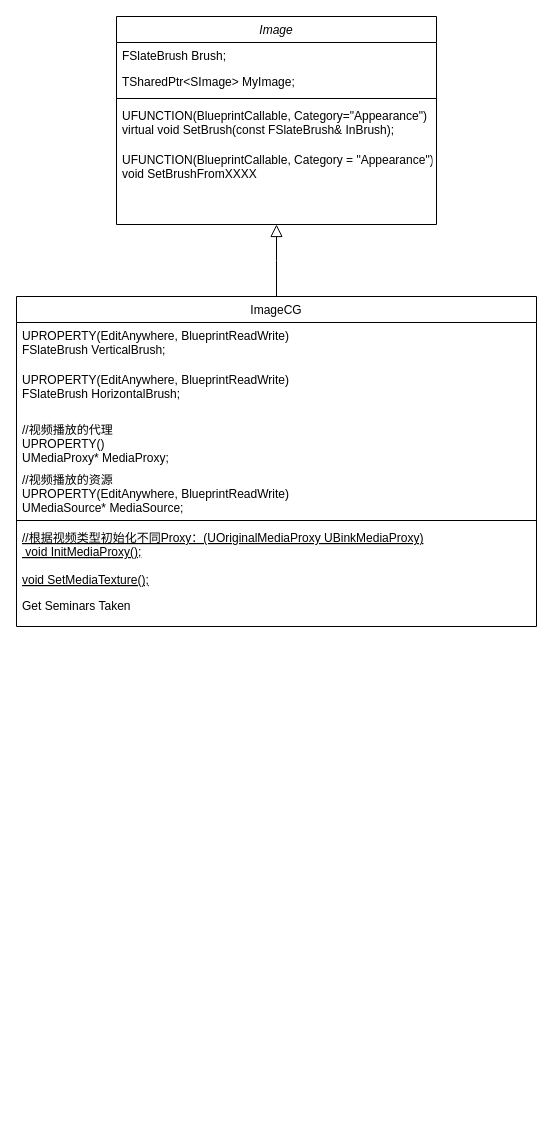
LuciusJay/DiagramDrawIO keeps this draw.io diagram as 未命名绘图.drawio. Above is the earlier version. Source tidied: cells renumbered, new cells numbered last; positions are measured from the earlier drawing's top-left corner, leaving out a move shared by most shapes. Both pictures are drawn from the tidied source at 100%, with x=0, y=0 at pixel (16, 16).
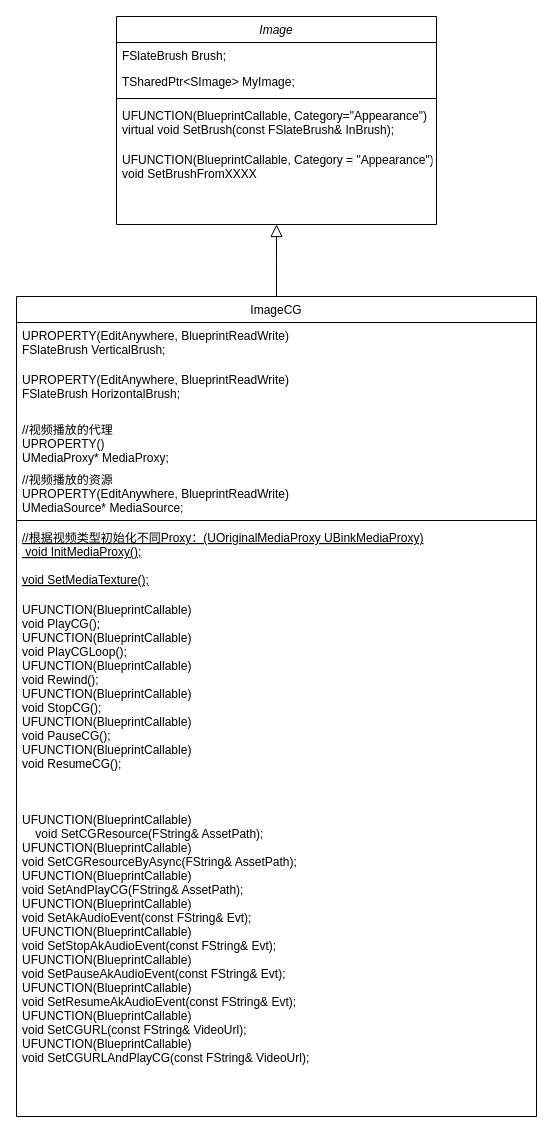
The same diagram, later.

The edit, as a diff of the source:
```diff
@@
 <mxGraphModel>
   <root>
     <mxCell id="0" />
     <mxCell id="1" parent="0" />
     <mxCell id="2" value="Image" style="swimlane;fontStyle=2;align=center;verticalAlign=top;horizontal=1;startSize=26;rounded=0;shadow=0;strokeWidth=1;" parent="1" vertex="1">
       <mxGeometry x="100" width="320" height="208" as="geometry" />
     </mxCell>
     <mxCell id="3" value="FSlateBrush Brush;" style="text;align=left;verticalAlign=top;spacingLeft=4;spacingRight=4;overflow=hidden;" parent="2" vertex="1">
       <mxGeometry y="26" width="320" height="26" as="geometry" />
     </mxCell>
     <mxCell id="4" value="TSharedPtr&lt;SImage&gt; MyImage;" style="text;align=left;verticalAlign=top;spacingLeft=4;spacingRight=4;overflow=hidden;rounded=0;shadow=0;html=0;" parent="2" vertex="1">
       <mxGeometry y="52" width="320" height="26" as="geometry" />
     </mxCell>
     <mxCell id="5" style="line;html=1;strokeWidth=1;align=left;verticalAlign=middle;spacingTop=-1;spacingLeft=3;spacingRight=3;labelPosition=right;" parent="2" vertex="1">
       <mxGeometry y="78" width="320" height="8" as="geometry" />
     </mxCell>
     <mxCell id="6" value=" UFUNCTION(BlueprintCallable, Category=&quot;Appearance&quot;)&#10; virtual void SetBrush(const FSlateBrush&amp; InBrush);" style="text;align=left;verticalAlign=top;spacingLeft=4;spacingRight=4;overflow=hidden;" parent="2" vertex="1">
       <mxGeometry y="86" width="320" height="44" as="geometry" />
     </mxCell>
     <mxCell id="7" value=" UFUNCTION(BlueprintCallable, Category = &quot;Appearance&quot;)&#10; void SetBrushFromXXXX" style="text;align=left;verticalAlign=top;spacingLeft=4;spacingRight=4;overflow=hidden;" parent="2" vertex="1">
       <mxGeometry y="130" width="320" height="60" as="geometry" />
     </mxCell>
     <mxCell id="8" value="ImageCG" style="swimlane;fontStyle=0;align=center;verticalAlign=top;horizontal=1;startSize=26;rounded=0;shadow=0;strokeWidth=1;" parent="1" vertex="1">
-      <mxGeometry y="280" width="520" height="330" as="geometry" />
+      <mxGeometry y="280" width="520" height="820" as="geometry" />
     </mxCell>
     <mxCell id="9" value=" UPROPERTY(EditAnywhere, BlueprintReadWrite)&#10; FSlateBrush VerticalBrush;" style="text;align=left;verticalAlign=top;spacingLeft=4;spacingRight=4;overflow=hidden;" parent="8" vertex="1">
       <mxGeometry y="26" width="520" height="44" as="geometry" />
     </mxCell>
     <mxCell id="10" value=" UPROPERTY(EditAnywhere, BlueprintReadWrite)&#10; FSlateBrush HorizontalBrush;" style="text;align=left;verticalAlign=top;spacingLeft=4;spacingRight=4;overflow=hidden;rounded=0;shadow=0;html=0;" parent="8" vertex="1">
       <mxGeometry y="70" width="520" height="50" as="geometry" />
     </mxCell>
     <mxCell id="11" value="//视频播放的代理&#10; UPROPERTY()&#10; UMediaProxy* MediaProxy;" style="text;align=left;verticalAlign=top;spacingLeft=4;spacingRight=4;overflow=hidden;rounded=0;shadow=0;html=0;" parent="8" vertex="1">
       <mxGeometry y="120" width="520" height="50" as="geometry" />
     </mxCell>
     <mxCell id="12" value="//视频播放的资源&#10; UPROPERTY(EditAnywhere, BlueprintReadWrite)&#10; UMediaSource* MediaSource;" style="text;align=left;verticalAlign=top;spacingLeft=4;spacingRight=4;overflow=hidden;rounded=0;shadow=0;html=0;" parent="8" vertex="1">
       <mxGeometry y="170" width="520" height="50" as="geometry" />
     </mxCell>
     <mxCell id="13" style="line;html=1;strokeWidth=1;align=left;verticalAlign=middle;spacingTop=-1;spacingLeft=3;spacingRight=3;labelPosition=right;" parent="8" vertex="1">
       <mxGeometry y="220" width="520" height="8" as="geometry" />
     </mxCell>
     <mxCell id="14" value="//根据视频类型初始化不同Proxy：(UOriginalMediaProxy UBinkMediaProxy)&#10; void InitMediaProxy();" style="text;align=left;verticalAlign=top;spacingLeft=4;spacingRight=4;overflow=hidden;fontStyle=4;" parent="8" vertex="1">
       <mxGeometry y="228" width="520" height="42" as="geometry" />
     </mxCell>
     <mxCell id="15" value=" void SetMediaTexture();" style="text;align=left;verticalAlign=top;spacingLeft=4;spacingRight=4;overflow=hidden;fontStyle=4;" parent="8" vertex="1">
-      <mxGeometry y="270" width="520" height="26" as="geometry" />
+      <mxGeometry y="270" width="520" height="30" as="geometry" />
     </mxCell>
-    <mxCell id="16" value="Get Seminars Taken" style="text;align=left;verticalAlign=top;spacingLeft=4;spacingRight=4;overflow=hidden;" parent="8" vertex="1">
-      <mxGeometry y="296" width="520" height="34" as="geometry" />
+    <mxCell id="16" value=" UFUNCTION(BlueprintCallable)&#10; void PlayCG();&#10; UFUNCTION(BlueprintCallable)&#10; void PlayCGLoop();&#10; UFUNCTION(BlueprintCallable)&#10; void Rewind();&#10; UFUNCTION(BlueprintCallable)&#10; void StopCG();&#10; UFUNCTION(BlueprintCallable)&#10; void PauseCG();&#10; UFUNCTION(BlueprintCallable)&#10; void ResumeCG();" style="text;align=left;verticalAlign=top;spacingLeft=4;spacingRight=4;overflow=hidden;" parent="8" vertex="1">
+      <mxGeometry y="300" width="520" height="210" as="geometry" />
     </mxCell>
+    <mxCell id="18" value=" UFUNCTION(BlueprintCallable)&#10;    void SetCGResource(FString&amp; AssetPath);&#10; UFUNCTION(BlueprintCallable)&#10; void SetCGResourceByAsync(FString&amp; AssetPath);&#10; UFUNCTION(BlueprintCallable)&#10; void SetAndPlayCG(FString&amp; AssetPath);&#10; UFUNCTION(BlueprintCallable)&#10; void SetAkAudioEvent(const FString&amp; Evt);&#10; UFUNCTION(BlueprintCallable)&#10; void SetStopAkAudioEvent(const FString&amp; Evt);&#10; UFUNCTION(BlueprintCallable)&#10; void SetPauseAkAudioEvent(const FString&amp; Evt);&#10; UFUNCTION(BlueprintCallable)&#10; void SetResumeAkAudioEvent(const FString&amp; Evt);&#10; UFUNCTION(BlueprintCallable)&#10; void SetCGURL(const FString&amp; VideoUrl);&#10; UFUNCTION(BlueprintCallable)&#10; void SetCGURLAndPlayCG(const FString&amp; VideoUrl);" style="text;align=left;verticalAlign=top;spacingLeft=4;spacingRight=4;overflow=hidden;" parent="8" vertex="1">
+      <mxGeometry y="510" width="520" height="310" as="geometry" />
+    </mxCell>
     <mxCell id="17" style="endArrow=block;endSize=10;endFill=0;shadow=0;strokeWidth=1;rounded=0;edgeStyle=elbowEdgeStyle;elbow=vertical;" parent="1" edge="1" source="8" target="2">
       <mxGeometry relative="1" as="geometry" />
     </mxCell>
   </root>
 </mxGraphModel>
```
